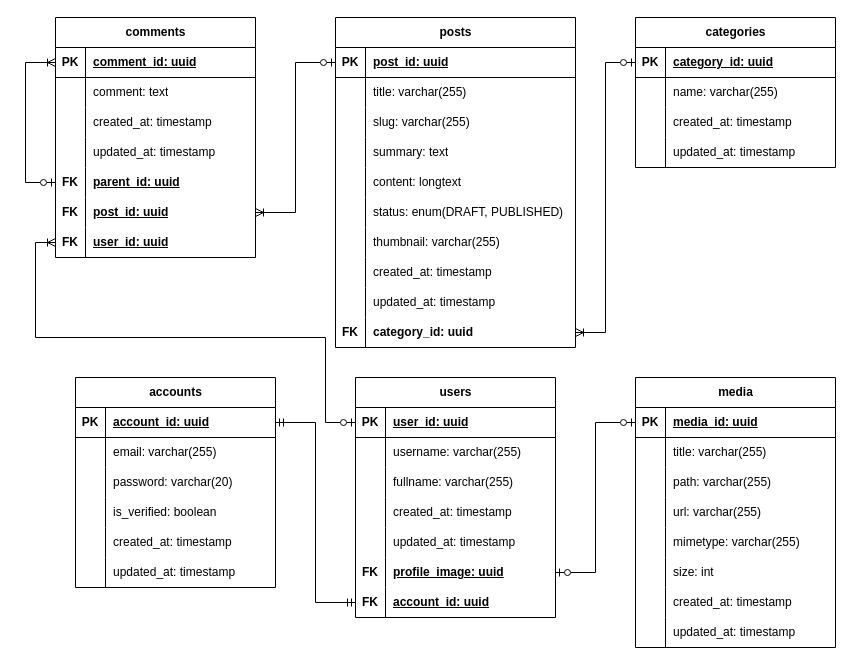
Earlier version of the draw.io diagram docs/ERD.drawio (HarisHerdiansyah/laravel-blog-platform). Source tidied: cells renumbered, new cells numbered last; positions are measured from the earlier drawing's top-left corner, leaving out a move shared by most shapes. Both pictures are drawn from the tidied source at 100%, with x=0, y=0 at pixel (25, 17).
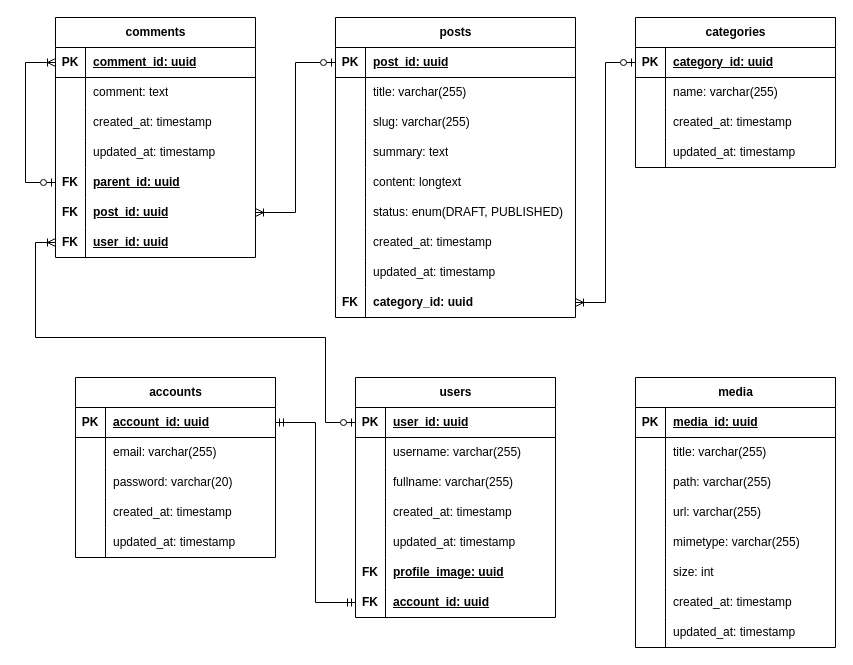
The same page after the edit.

Unchanged cells that the change refers to:
```xml
<mxCell id="18" style="shape=tableRow;horizontal=0;startSize=0;swimlaneHead=0;swimlaneBody=0;fillColor=none;points=[[0,0.5],[1,0.5]];portConstraint=eastwest;top=0;left=0;right=0;bottom=0;" parent="2" vertex="1">
  <mxGeometry y="180" width="200" height="30" as="geometry" />
</mxCell>
<mxCell id="44" style="shape=tableRow;horizontal=0;startSize=0;swimlaneHead=0;swimlaneBody=0;fillColor=none;points=[[0,0.5],[1,0.5]];portConstraint=eastwest;top=0;left=0;right=0;bottom=1;" parent="43" vertex="1">
  <mxGeometry y="30" width="200" height="30" as="geometry" />
</mxCell>
```

The edit, as a diff of the source:
```diff
@@
     <mxCell id="24" value="accounts" style="shape=table;startSize=30;childLayout=tableLayout;rowLines=0;fontStyle=1;align=center;html=1;" parent="1" vertex="1">
-      <mxGeometry x="50" y="360" width="200" height="210" as="geometry" />
+      <mxGeometry x="50" y="360" width="200" height="180" as="geometry" />
     </mxCell>
@@
-    <mxCell id="34" style="shape=tableRow;horizontal=0;startSize=0;swimlaneHead=0;swimlaneBody=0;fillColor=none;top=0;left=0;right=0;bottom=0;" parent="24" vertex="1">
-      <mxGeometry y="120" width="200" height="30" as="geometry" />
-    </mxCell>
-    <mxCell id="35" style="shape=partialRectangle;fillColor=none;top=0;left=0;bottom=0;right=0;overflow=hidden;whiteSpace=wrap;html=1;" parent="34" vertex="1">
-      <mxGeometry width="30" height="30" as="geometry" />
-    </mxCell>
-    <mxCell id="36" value="is_verified: boolean" style="shape=partialRectangle;fillColor=none;top=0;left=0;bottom=0;right=0;align=left;spacingLeft=6;overflow=hidden;whiteSpace=wrap;html=1;" parent="34" vertex="1">
-      <mxGeometry x="30" width="170" height="30" as="geometry" />
-    </mxCell>
     <mxCell id="37" style="shape=tableRow;horizontal=0;startSize=0;swimlaneHead=0;swimlaneBody=0;fillColor=none;top=0;left=0;right=0;bottom=0;" parent="24" vertex="1">
-      <mxGeometry y="150" width="200" height="30" as="geometry" />
+      <mxGeometry y="120" width="200" height="30" as="geometry" />
     </mxCell>
@@
     <mxCell id="40" style="shape=tableRow;horizontal=0;startSize=0;swimlaneHead=0;swimlaneBody=0;fillColor=none;top=0;left=0;right=0;bottom=0;" parent="24" vertex="1">
-      <mxGeometry y="180" width="200" height="30" as="geometry" />
+      <mxGeometry y="150" width="200" height="30" as="geometry" />
     </mxCell>
@@
     <mxCell id="68" value="posts" style="shape=table;startSize=30;childLayout=tableLayout;rowLines=0;fontStyle=1;align=center;html=1;" parent="1" vertex="1">
-      <mxGeometry x="310" width="240" height="330" as="geometry" />
+      <mxGeometry x="310" width="240" height="300" as="geometry" />
     </mxCell>
@@
-    <mxCell id="87" style="shape=tableRow;horizontal=0;startSize=0;swimlaneHead=0;swimlaneBody=0;fillColor=none;top=0;left=0;right=0;bottom=0;" parent="68" vertex="1">
-      <mxGeometry y="210" width="240" height="30" as="geometry" />
-    </mxCell>
-    <mxCell id="88" style="shape=partialRectangle;fillColor=none;top=0;left=0;bottom=0;right=0;overflow=hidden;whiteSpace=wrap;html=1;" parent="87" vertex="1">
-      <mxGeometry width="30" height="30" as="geometry" />
-    </mxCell>
-    <mxCell id="89" value="thumbnail: varchar(255)" style="shape=partialRectangle;fillColor=none;top=0;left=0;bottom=0;right=0;align=left;spacingLeft=6;overflow=hidden;whiteSpace=wrap;html=1;" parent="87" vertex="1">
-      <mxGeometry x="30" width="210" height="30" as="geometry" />
-    </mxCell>
     <mxCell id="90" style="shape=tableRow;horizontal=0;startSize=0;swimlaneHead=0;swimlaneBody=0;fillColor=none;top=0;left=0;right=0;bottom=0;" parent="68" vertex="1">
-      <mxGeometry y="240" width="240" height="30" as="geometry" />
+      <mxGeometry y="210" width="240" height="30" as="geometry" />
     </mxCell>
@@
     <mxCell id="93" style="shape=tableRow;horizontal=0;startSize=0;swimlaneHead=0;swimlaneBody=0;fillColor=none;top=0;left=0;right=0;bottom=0;" parent="68" vertex="1">
-      <mxGeometry y="270" width="240" height="30" as="geometry" />
+      <mxGeometry y="240" width="240" height="30" as="geometry" />
     </mxCell>
@@
     <mxCell id="96" style="shape=tableRow;horizontal=0;startSize=0;swimlaneHead=0;swimlaneBody=0;fillColor=none;points=[[0,0.5],[1,0.5]];portConstraint=eastwest;top=0;left=0;right=0;bottom=0;" parent="68" vertex="1">
-      <mxGeometry y="300" width="240" height="30" as="geometry" />
+      <mxGeometry y="270" width="240" height="30" as="geometry" />
     </mxCell>
@@
-    <mxCell id="136" style="edgeStyle=orthogonalEdgeStyle;rounded=0;jettySize=auto;html=1;exitX=1;exitY=0.5;exitDx=0;exitDy=0;entryX=0;entryY=0.5;entryDx=0;entryDy=0;startArrow=ERzeroToOne;startFill=0;endArrow=ERzeroToOne;endFill=0;" parent="1" edge="1" source="18" target="44">
-      <mxGeometry relative="1" as="geometry" />
-    </mxCell>
```
